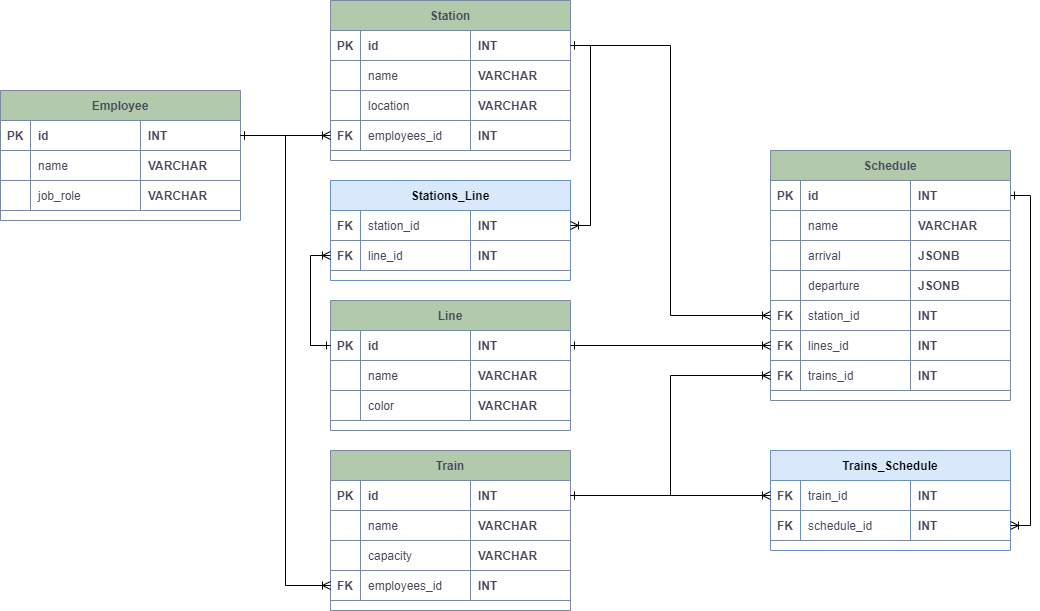
This is documentation/ERD_Metro.png from CynGames/metro-solvd, a draw.io export, as it was before one commit. Source tidied: cells renumbered, new cells last; positions are measured from the earlier drawing's top-left corner, leaving out a move shared by most shapes.
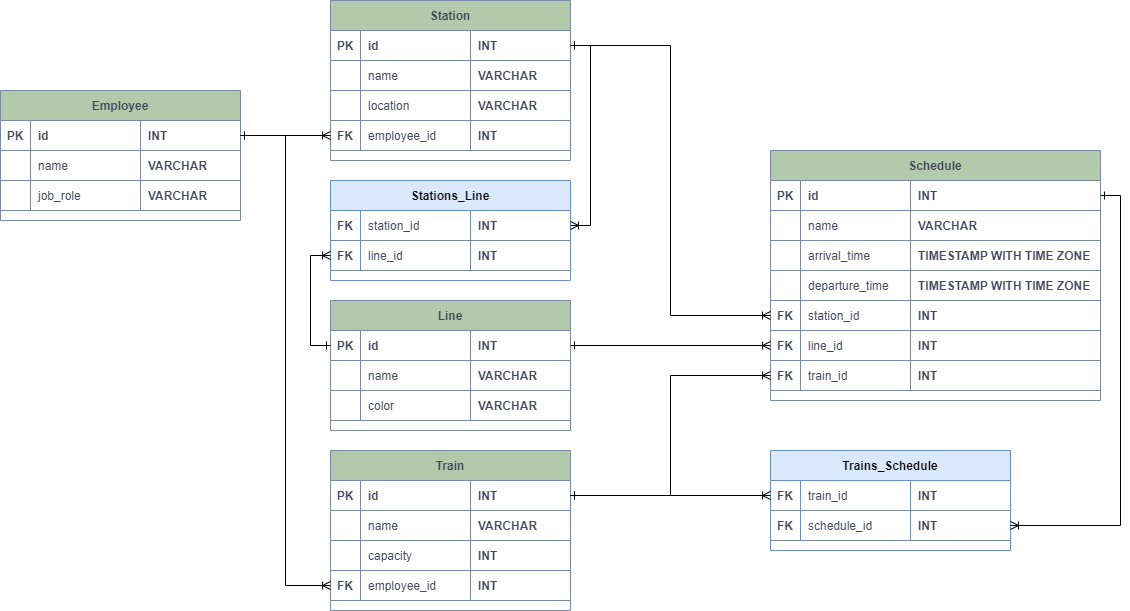
The same diagram one commit later.

Commit message:
Fixed inconsistent/wrong data types

The edit, as a diff of the source:
```diff
@@ -77,7 +77,7 @@
     <mxCell id="26" value="capacity" style="shape=partialRectangle;overflow=hidden;fillColor=none;top=0;left=0;bottom=0;right=0;align=left;spacingLeft=6;fontStyle=0;rounded=0;labelBackgroundColor=none;strokeColor=#788AA3;fontColor=#46495D;" parent="24" vertex="1">
       <mxGeometry x="30" width="110" height="30" as="geometry" />
     </mxCell>
-    <mxCell id="27" value="VARCHAR" style="shape=partialRectangle;overflow=hidden;fillColor=none;top=0;left=0;bottom=0;right=0;align=left;spacingLeft=6;fontStyle=1;rounded=0;labelBackgroundColor=none;strokeColor=#788AA3;fontColor=#46495D;" parent="24" vertex="1">
+    <mxCell id="27" value="INT" style="shape=partialRectangle;overflow=hidden;fillColor=none;top=0;left=0;bottom=0;right=0;align=left;spacingLeft=6;fontStyle=1;rounded=0;labelBackgroundColor=none;strokeColor=#788AA3;fontColor=#46495D;" parent="24" vertex="1">
       <mxGeometry x="140" width="100" height="30" as="geometry" />
     </mxCell>
     <mxCell id="28" style="shape=partialRectangle;fillColor=none;points=[[0,0.5],[1,0.5]];portConstraint=eastwest;top=0;left=0;right=0;bottom=1;rounded=0;labelBackgroundColor=none;strokeColor=#788AA3;fontColor=#46495D;" parent="15" vertex="1">
@@ -86,7 +86,7 @@
     <mxCell id="29" value="FK" style="shape=partialRectangle;overflow=hidden;fillColor=none;top=0;left=0;bottom=0;right=0;fontStyle=1;rounded=0;labelBackgroundColor=none;strokeColor=#788AA3;fontColor=#46495D;" parent="28" vertex="1">
       <mxGeometry width="30" height="30" as="geometry" />
     </mxCell>
-    <mxCell id="30" value="employees_id" style="shape=partialRectangle;overflow=hidden;fillColor=none;top=0;left=0;bottom=0;right=0;align=left;spacingLeft=6;fontStyle=0;rounded=0;labelBackgroundColor=none;strokeColor=#788AA3;fontColor=#46495D;" parent="28" vertex="1">
+    <mxCell id="30" value="employee_id" style="shape=partialRectangle;overflow=hidden;fillColor=none;top=0;left=0;bottom=0;right=0;align=left;spacingLeft=6;fontStyle=0;rounded=0;labelBackgroundColor=none;strokeColor=#788AA3;fontColor=#46495D;" parent="28" vertex="1">
       <mxGeometry x="30" width="110" height="30" as="geometry" />
     </mxCell>
     <mxCell id="31" value="INT" style="shape=partialRectangle;overflow=hidden;fillColor=none;top=0;left=0;bottom=0;right=0;align=left;spacingLeft=6;fontStyle=1;rounded=0;labelBackgroundColor=none;strokeColor=#788AA3;fontColor=#46495D;" parent="28" vertex="1">
@@ -132,10 +132,10 @@
       <mxGeometry x="140" width="100" height="30" as="geometry" />
     </mxCell>
     <mxCell id="45" value="Schedule" style="shape=table;startSize=30;rowLines=0;fontStyle=1;align=center;swimlaneLine=1;rounded=0;labelBackgroundColor=none;fillColor=#B2C9AB;strokeColor=#788AA3;fontColor=#46495D;" parent="1" vertex="1">
-      <mxGeometry x="770" y="150" width="240" height="250" as="geometry" />
+      <mxGeometry x="770" y="150" width="330" height="250" as="geometry" />
     </mxCell>
     <mxCell id="46" style="shape=partialRectangle;fillColor=none;points=[[0,0.5],[1,0.5]];portConstraint=eastwest;top=0;left=0;right=0;bottom=1;rounded=0;labelBackgroundColor=none;strokeColor=#788AA3;fontColor=#46495D;" parent="45" vertex="1">
-      <mxGeometry y="30" width="240" height="30" as="geometry" />
+      <mxGeometry y="30" width="330" height="30" as="geometry" />
     </mxCell>
     <mxCell id="47" value="PK" style="shape=partialRectangle;overflow=hidden;fillColor=none;top=0;left=0;bottom=0;right=0;fontStyle=1;rounded=0;labelBackgroundColor=none;strokeColor=#788AA3;fontColor=#46495D;" parent="46" vertex="1">
       <mxGeometry width="30" height="30" as="geometry" />
@@ -144,10 +144,10 @@
       <mxGeometry x="30" width="110" height="30" as="geometry" />
     </mxCell>
     <mxCell id="49" value="INT" style="shape=partialRectangle;overflow=hidden;fillColor=none;top=0;left=0;bottom=0;right=0;align=left;spacingLeft=6;fontStyle=1;rounded=0;labelBackgroundColor=none;strokeColor=#788AA3;fontColor=#46495D;" parent="46" vertex="1">
-      <mxGeometry x="140" width="100" height="30" as="geometry" />
+      <mxGeometry x="140" width="190" height="30" as="geometry" />
     </mxCell>
     <mxCell id="50" style="shape=partialRectangle;fillColor=none;top=0;left=0;right=0;bottom=1;rounded=0;labelBackgroundColor=none;strokeColor=#788AA3;fontColor=#46495D;" parent="45" vertex="1">
-      <mxGeometry y="60" width="240" height="30" as="geometry" />
+      <mxGeometry y="60" width="330" height="30" as="geometry" />
     </mxCell>
     <mxCell id="51" style="shape=partialRectangle;overflow=hidden;fillColor=none;top=0;left=0;bottom=0;right=0;fontStyle=1;rounded=0;labelBackgroundColor=none;strokeColor=#788AA3;fontColor=#46495D;" parent="50" vertex="1">
       <mxGeometry width="30" height="30" as="geometry" />
@@ -156,34 +156,34 @@
       <mxGeometry x="30" width="110" height="30" as="geometry" />
     </mxCell>
     <mxCell id="53" value="VARCHAR" style="shape=partialRectangle;overflow=hidden;fillColor=none;top=0;left=0;bottom=0;right=0;align=left;spacingLeft=6;fontStyle=1;rounded=0;labelBackgroundColor=none;strokeColor=#788AA3;fontColor=#46495D;" parent="50" vertex="1">
-      <mxGeometry x="140" width="100" height="30" as="geometry" />
+      <mxGeometry x="140" width="190" height="30" as="geometry" />
     </mxCell>
     <mxCell id="54" style="shape=partialRectangle;fillColor=none;top=0;left=0;right=0;bottom=1;rounded=0;labelBackgroundColor=none;strokeColor=#788AA3;fontColor=#46495D;" parent="45" vertex="1">
-      <mxGeometry y="90" width="240" height="30" as="geometry" />
+      <mxGeometry y="90" width="330" height="30" as="geometry" />
     </mxCell>
     <mxCell id="55" style="shape=partialRectangle;overflow=hidden;fillColor=none;top=0;left=0;bottom=0;right=0;fontStyle=1;rounded=0;labelBackgroundColor=none;strokeColor=#788AA3;fontColor=#46495D;" parent="54" vertex="1">
       <mxGeometry width="30" height="30" as="geometry" />
     </mxCell>
-    <mxCell id="56" value="arrival" style="shape=partialRectangle;overflow=hidden;fillColor=none;top=0;left=0;bottom=0;right=0;align=left;spacingLeft=6;fontStyle=0;rounded=0;labelBackgroundColor=none;strokeColor=#788AA3;fontColor=#46495D;" parent="54" vertex="1">
+    <mxCell id="56" value="arrival_time" style="shape=partialRectangle;overflow=hidden;fillColor=none;top=0;left=0;bottom=0;right=0;align=left;spacingLeft=6;fontStyle=0;rounded=0;labelBackgroundColor=none;strokeColor=#788AA3;fontColor=#46495D;" parent="54" vertex="1">
       <mxGeometry x="30" width="110" height="30" as="geometry" />
     </mxCell>
-    <mxCell id="57" value="JSONB" style="shape=partialRectangle;overflow=hidden;fillColor=none;top=0;left=0;bottom=0;right=0;align=left;spacingLeft=6;fontStyle=1;rounded=0;labelBackgroundColor=none;strokeColor=#788AA3;fontColor=#46495D;" parent="54" vertex="1">
-      <mxGeometry x="140" width="100" height="30" as="geometry" />
+    <mxCell id="57" value="TIMESTAMP WITH TIME ZONE" style="shape=partialRectangle;overflow=hidden;fillColor=none;top=0;left=0;bottom=0;right=0;align=left;spacingLeft=6;fontStyle=1;rounded=0;labelBackgroundColor=none;strokeColor=#788AA3;fontColor=#46495D;" parent="54" vertex="1">
+      <mxGeometry x="140" width="190" height="30" as="geometry" />
     </mxCell>
     <mxCell id="58" style="shape=partialRectangle;fillColor=none;top=0;left=0;right=0;bottom=1;rounded=0;labelBackgroundColor=none;strokeColor=#788AA3;fontColor=#46495D;" parent="45" vertex="1">
-      <mxGeometry y="120" width="240" height="30" as="geometry" />
+      <mxGeometry y="120" width="330" height="30" as="geometry" />
     </mxCell>
     <mxCell id="59" style="shape=partialRectangle;overflow=hidden;fillColor=none;top=0;left=0;bottom=0;right=0;fontStyle=1;rounded=0;labelBackgroundColor=none;strokeColor=#788AA3;fontColor=#46495D;" parent="58" vertex="1">
       <mxGeometry width="30" height="30" as="geometry" />
     </mxCell>
-    <mxCell id="60" value="departure" style="shape=partialRectangle;overflow=hidden;fillColor=none;top=0;left=0;bottom=0;right=0;align=left;spacingLeft=6;fontStyle=0;rounded=0;labelBackgroundColor=none;strokeColor=#788AA3;fontColor=#46495D;" parent="58" vertex="1">
+    <mxCell id="60" value="departure_time" style="shape=partialRectangle;overflow=hidden;fillColor=none;top=0;left=0;bottom=0;right=0;align=left;spacingLeft=6;fontStyle=0;rounded=0;labelBackgroundColor=none;strokeColor=#788AA3;fontColor=#46495D;" parent="58" vertex="1">
       <mxGeometry x="30" width="110" height="30" as="geometry" />
     </mxCell>
-    <mxCell id="61" value="JSONB" style="shape=partialRectangle;overflow=hidden;fillColor=none;top=0;left=0;bottom=0;right=0;align=left;spacingLeft=6;fontStyle=1;rounded=0;labelBackgroundColor=none;strokeColor=#788AA3;fontColor=#46495D;" parent="58" vertex="1">
-      <mxGeometry x="140" width="100" height="30" as="geometry" />
+    <mxCell id="61" value="TIMESTAMP WITH TIME ZONE" style="shape=partialRectangle;overflow=hidden;fillColor=none;top=0;left=0;bottom=0;right=0;align=left;spacingLeft=6;fontStyle=1;rounded=0;labelBackgroundColor=none;strokeColor=#788AA3;fontColor=#46495D;" parent="58" vertex="1">
+      <mxGeometry x="140" width="190" height="30" as="geometry" />
     </mxCell>
     <mxCell id="62" style="shape=partialRectangle;fillColor=none;points=[[0,0.5],[1,0.5]];portConstraint=eastwest;top=0;left=0;right=0;bottom=1;rounded=0;labelBackgroundColor=none;strokeColor=#788AA3;fontColor=#46495D;" parent="45" vertex="1">
-      <mxGeometry y="150" width="240" height="30" as="geometry" />
+      <mxGeometry y="150" width="330" height="30" as="geometry" />
     </mxCell>
     <mxCell id="63" value="FK" style="shape=partialRectangle;overflow=hidden;fillColor=none;top=0;left=0;bottom=0;right=0;fontStyle=1;rounded=0;labelBackgroundColor=none;strokeColor=#788AA3;fontColor=#46495D;" parent="62" vertex="1">
       <mxGeometry width="30" height="30" as="geometry" />
@@ -192,31 +192,31 @@
       <mxGeometry x="30" width="110" height="30" as="geometry" />
     </mxCell>
     <mxCell id="65" value="INT" style="shape=partialRectangle;overflow=hidden;fillColor=none;top=0;left=0;bottom=0;right=0;align=left;spacingLeft=6;fontStyle=1;rounded=0;labelBackgroundColor=none;strokeColor=#788AA3;fontColor=#46495D;" parent="62" vertex="1">
-      <mxGeometry x="140" width="100" height="30" as="geometry" />
+      <mxGeometry x="140" width="190" height="30" as="geometry" />
     </mxCell>
     <mxCell id="66" style="shape=partialRectangle;fillColor=none;points=[[0,0.5],[1,0.5]];portConstraint=eastwest;top=0;left=0;right=0;bottom=1;rounded=0;labelBackgroundColor=none;strokeColor=#788AA3;fontColor=#46495D;" parent="45" vertex="1">
-      <mxGeometry y="180" width="240" height="30" as="geometry" />
+      <mxGeometry y="180" width="330" height="30" as="geometry" />
     </mxCell>
     <mxCell id="67" value="FK" style="shape=partialRectangle;overflow=hidden;fillColor=none;top=0;left=0;bottom=0;right=0;fontStyle=1;rounded=0;labelBackgroundColor=none;strokeColor=#788AA3;fontColor=#46495D;" parent="66" vertex="1">
       <mxGeometry width="30" height="30" as="geometry" />
     </mxCell>
-    <mxCell id="68" value="lines_id" style="shape=partialRectangle;overflow=hidden;fillColor=none;top=0;left=0;bottom=0;right=0;align=left;spacingLeft=6;fontStyle=0;rounded=0;labelBackgroundColor=none;strokeColor=#788AA3;fontColor=#46495D;" parent="66" vertex="1">
+    <mxCell id="68" value="line_id" style="shape=partialRectangle;overflow=hidden;fillColor=none;top=0;left=0;bottom=0;right=0;align=left;spacingLeft=6;fontStyle=0;rounded=0;labelBackgroundColor=none;strokeColor=#788AA3;fontColor=#46495D;" parent="66" vertex="1">
       <mxGeometry x="30" width="110" height="30" as="geometry" />
     </mxCell>
     <mxCell id="69" value="INT" style="shape=partialRectangle;overflow=hidden;fillColor=none;top=0;left=0;bottom=0;right=0;align=left;spacingLeft=6;fontStyle=1;rounded=0;labelBackgroundColor=none;strokeColor=#788AA3;fontColor=#46495D;" parent="66" vertex="1">
-      <mxGeometry x="140" width="100" height="30" as="geometry" />
+      <mxGeometry x="140" width="190" height="30" as="geometry" />
     </mxCell>
     <mxCell id="70" style="shape=partialRectangle;fillColor=none;points=[[0,0.5],[1,0.5]];portConstraint=eastwest;top=0;left=0;right=0;bottom=1;rounded=0;labelBackgroundColor=none;strokeColor=#788AA3;fontColor=#46495D;" parent="45" vertex="1">
-      <mxGeometry y="210" width="240" height="30" as="geometry" />
+      <mxGeometry y="210" width="330" height="30" as="geometry" />
     </mxCell>
     <mxCell id="71" value="FK" style="shape=partialRectangle;overflow=hidden;fillColor=none;top=0;left=0;bottom=0;right=0;fontStyle=1;rounded=0;labelBackgroundColor=none;strokeColor=#788AA3;fontColor=#46495D;" parent="70" vertex="1">
       <mxGeometry width="30" height="30" as="geometry" />
     </mxCell>
-    <mxCell id="72" value="trains_id" style="shape=partialRectangle;overflow=hidden;fillColor=none;top=0;left=0;bottom=0;right=0;align=left;spacingLeft=6;fontStyle=0;rounded=0;labelBackgroundColor=none;strokeColor=#788AA3;fontColor=#46495D;" parent="70" vertex="1">
+    <mxCell id="72" value="train_id" style="shape=partialRectangle;overflow=hidden;fillColor=none;top=0;left=0;bottom=0;right=0;align=left;spacingLeft=6;fontStyle=0;rounded=0;labelBackgroundColor=none;strokeColor=#788AA3;fontColor=#46495D;" parent="70" vertex="1">
       <mxGeometry x="30" width="110" height="30" as="geometry" />
     </mxCell>
     <mxCell id="73" value="INT" style="shape=partialRectangle;overflow=hidden;fillColor=none;top=0;left=0;bottom=0;right=0;align=left;spacingLeft=6;fontStyle=1;rounded=0;labelBackgroundColor=none;strokeColor=#788AA3;fontColor=#46495D;" parent="70" vertex="1">
-      <mxGeometry x="140" width="100" height="30" as="geometry" />
+      <mxGeometry x="140" width="190" height="30" as="geometry" />
     </mxCell>
     <mxCell id="74" value="Station" style="shape=table;startSize=30;rowLines=0;fontStyle=1;align=center;swimlaneLine=1;rounded=0;labelBackgroundColor=none;fillColor=#B2C9AB;strokeColor=#788AA3;fontColor=#46495D;" parent="1" vertex="1">
       <mxGeometry x="330" width="240" height="160" as="geometry" />
@@ -263,7 +263,7 @@
     <mxCell id="88" value="FK" style="shape=partialRectangle;overflow=hidden;fillColor=none;top=0;left=0;bottom=0;right=0;fontStyle=1;rounded=0;labelBackgroundColor=none;strokeColor=#788AA3;fontColor=#46495D;" parent="87" vertex="1">
       <mxGeometry width="30" height="30" as="geometry" />
     </mxCell>
-    <mxCell id="89" value="employees_id" style="shape=partialRectangle;overflow=hidden;fillColor=none;top=0;left=0;bottom=0;right=0;align=left;spacingLeft=6;fontStyle=0;rounded=0;labelBackgroundColor=none;strokeColor=#788AA3;fontColor=#46495D;" parent="87" vertex="1">
+    <mxCell id="89" value="employee_id" style="shape=partialRectangle;overflow=hidden;fillColor=none;top=0;left=0;bottom=0;right=0;align=left;spacingLeft=6;fontStyle=0;rounded=0;labelBackgroundColor=none;strokeColor=#788AA3;fontColor=#46495D;" parent="87" vertex="1">
       <mxGeometry x="30" width="110" height="30" as="geometry" />
     </mxCell>
     <mxCell id="90" value="INT" style="shape=partialRectangle;overflow=hidden;fillColor=none;top=0;left=0;bottom=0;right=0;align=left;spacingLeft=6;fontStyle=1;rounded=0;labelBackgroundColor=none;strokeColor=#788AA3;fontColor=#46495D;" parent="87" vertex="1">
```
